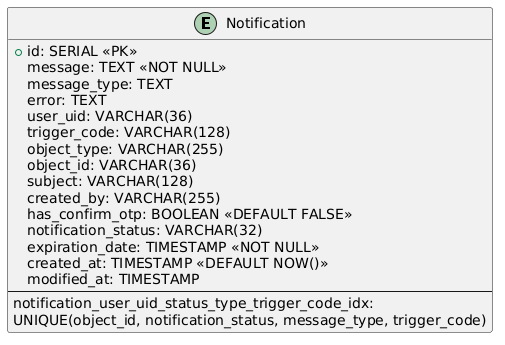
This is er-diagram.png from georgiy-kuznetsov/kafka_notification_rest_api, a PlantUML export, as it was before one commit.
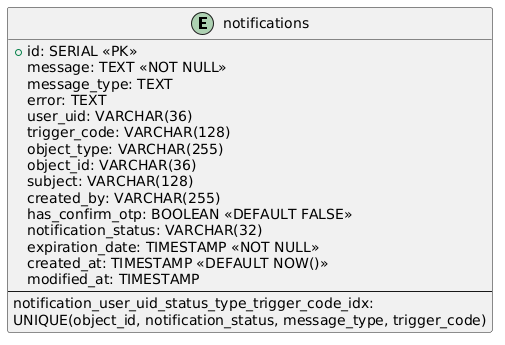
Above is the later version.

The edit, as a diff of the source:
```diff
@@ -1,5 +1,5 @@
 @startuml
-entity "Notification" as notification {
+entity "notifications" as notification {
     +id: SERIAL <<PK>>
     message: TEXT <<NOT NULL>>
     message_type: TEXT
```
